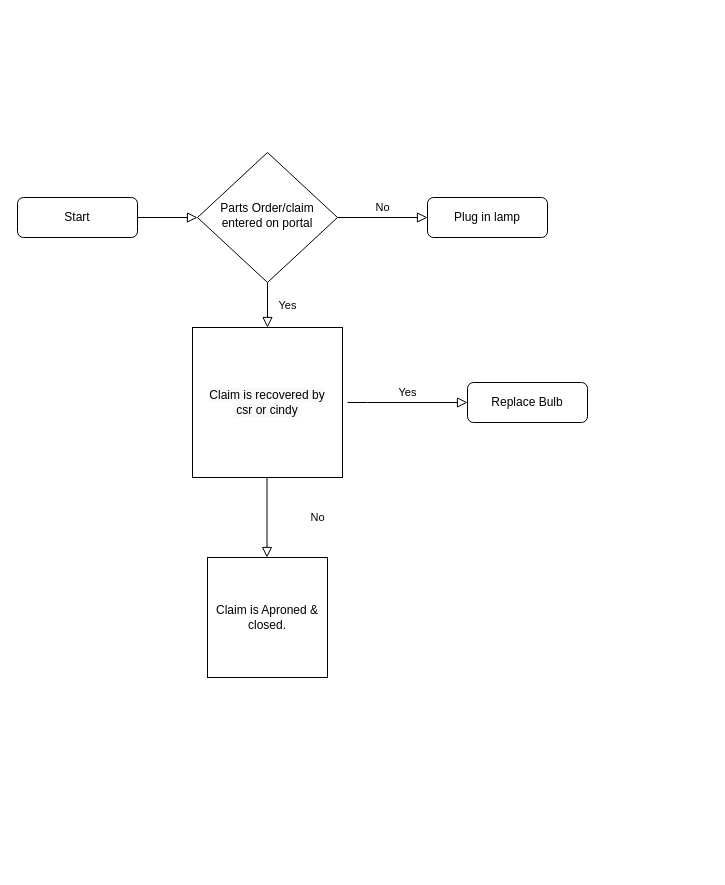
This is Untitled Diagram.drawio from jimenezprogrammer/Calculator, a draw.io file, before an edit. Source tidied: cells renumbered, new cells numbered last; positions are measured from the earlier drawing's top-left corner, leaving out a move shared by most shapes. Both pictures are drawn from the tidied source at 100%, with x=0, y=0 at pixel (17, 152).
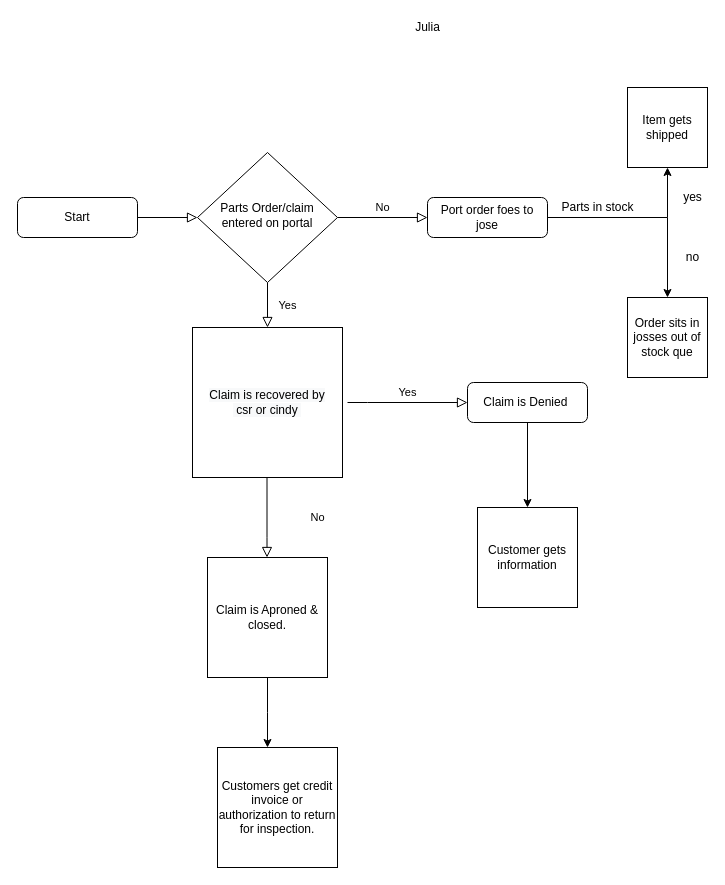
Above is the later version.

The change refers to these unchanged cells:
```xml
<mxCell id="12" value="Claim is Aproned &amp;amp; closed." style="whiteSpace=wrap;html=1;" parent="1" vertex="1">
  <mxGeometry x="190" y="405" width="120" height="120" as="geometry" />
</mxCell>
```

Diff of the diagram source:
```diff
@@
+    <mxCell id="13" style="edgeStyle=orthogonalEdgeStyle;rounded=0;jettySize=auto;html=1;" parent="1" edge="1" source="7" target="18">
+      <mxGeometry relative="1" as="geometry" />
+    </mxCell>
-    <mxCell id="7" value="Plug in lamp" style="rounded=1;whiteSpace=wrap;html=1;fontSize=12;glass=0;strokeWidth=1;shadow=0;direction=east;" parent="1" vertex="1">
+    <mxCell id="7" value="Port order foes to jose&lt;br&gt;" style="rounded=1;whiteSpace=wrap;html=1;fontSize=12;glass=0;strokeWidth=1;shadow=0;direction=east;" parent="1" vertex="1">
       <mxGeometry x="410" y="45" width="120" height="40" as="geometry" />
     </mxCell>
@@
+    <mxCell id="14" style="edgeStyle=orthogonalEdgeStyle;rounded=0;jettySize=auto;html=1;" parent="1" edge="1" source="10">
+      <mxGeometry relative="1" as="geometry">
+        <mxPoint x="510" y="355" as="targetPoint" />
+      </mxGeometry>
+    </mxCell>
-    <mxCell id="10" value="Replace Bulb" style="rounded=1;whiteSpace=wrap;html=1;fontSize=12;glass=0;strokeWidth=1;shadow=0;direction=east;" parent="1" vertex="1">
+    <mxCell id="10" value="Claim is Denied&amp;nbsp;" style="rounded=1;whiteSpace=wrap;html=1;fontSize=12;glass=0;strokeWidth=1;shadow=0;direction=east;" parent="1" vertex="1">
       <mxGeometry x="450" y="230" width="120" height="40" as="geometry" />
     </mxCell>
@@
+    <mxCell id="15" style="edgeStyle=orthogonalEdgeStyle;rounded=0;jettySize=auto;html=1;" parent="1" edge="1" source="12">
+      <mxGeometry relative="1" as="geometry">
+        <mxPoint x="250" y="595" as="targetPoint" />
+      </mxGeometry>
+    </mxCell>
@@
+    <mxCell id="16" value="Customers get credit invoice or authorization to return for inspection." style="whiteSpace=wrap;html=1;" parent="1" vertex="1">
+      <mxGeometry x="200" y="595" width="120" height="120" as="geometry" />
+    </mxCell>
+    <mxCell id="17" value="Customer gets information" style="whiteSpace=wrap;html=1;" parent="1" vertex="1">
+      <mxGeometry x="460" y="355" width="100" height="100" as="geometry" />
+    </mxCell>
+    <mxCell id="18" value="Item gets shipped" style="whiteSpace=wrap;html=1;" parent="1" vertex="1">
+      <mxGeometry x="610" y="-65" width="80" height="80" as="geometry" />
+    </mxCell>
+    <mxCell id="19" value="Parts in stock" style="text;html=1;align=center;verticalAlign=middle;strokeColor=none;fillColor=none;" parent="1" vertex="1">
+      <mxGeometry x="535" y="45" width="90" height="20" as="geometry" />
+    </mxCell>
+    <mxCell id="20" style="edgeStyle=orthogonalEdgeStyle;rounded=0;jettySize=auto;html=1;entryX=0.5;entryY=0;entryDx=0;entryDy=0;" parent="1" edge="1" target="23">
+      <mxGeometry relative="1" as="geometry">
+        <mxPoint x="650" y="65" as="sourcePoint" />
+        <Array as="points">
+          <mxPoint x="650" y="65" />
+        </Array>
+      </mxGeometry>
+    </mxCell>
+    <mxCell id="21" value="yes&lt;br&gt;" style="text;html=1;align=center;verticalAlign=middle;strokeColor=none;fillColor=none;" parent="1" vertex="1">
+      <mxGeometry x="660" y="35" width="30" height="20" as="geometry" />
+    </mxCell>
+    <mxCell id="22" value="no&lt;br&gt;" style="text;html=1;align=center;verticalAlign=middle;strokeColor=none;fillColor=none;" parent="1" vertex="1">
+      <mxGeometry x="660" y="95" width="30" height="20" as="geometry" />
+    </mxCell>
+    <mxCell id="23" value="Order sits in josses out of stock que" style="whiteSpace=wrap;html=1;" parent="1" vertex="1">
+      <mxGeometry x="610" y="145" width="80" height="80" as="geometry" />
+    </mxCell>
+    <mxCell id="24" value="Julia" style="text;html=1;align=center;verticalAlign=middle;strokeColor=none;fillColor=none;" parent="1" vertex="1">
+      <mxGeometry x="390" y="-135" width="40" height="20" as="geometry" />
+    </mxCell>
```
